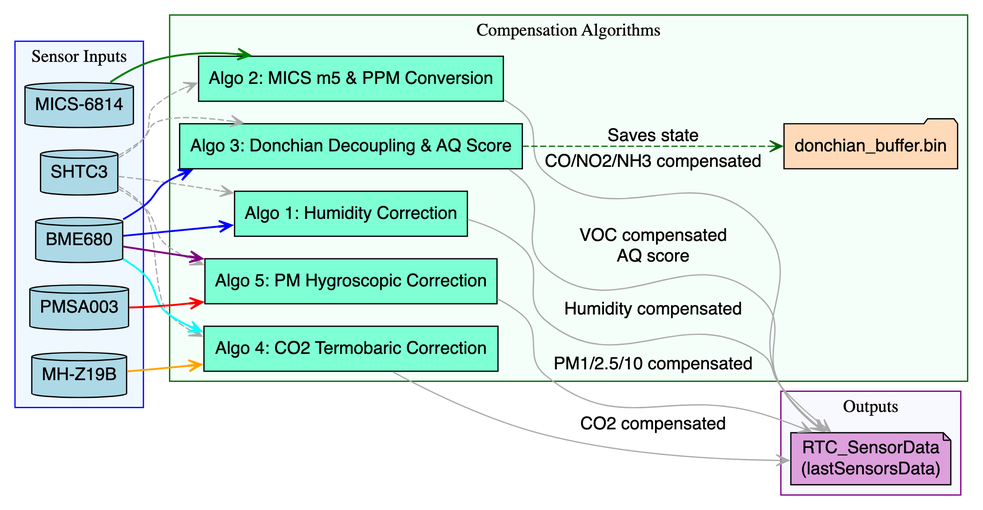
Earlier version of the Graphviz export docs/diagrams/cityairq_compensation_service.png (Pollution-tracking/EnvSensor-firmware). Its source is kept beside it as docs/diagrams/cityairq_compensation_service.dot. The source it was exported from:
```dot
digraph CompensationServicePipeline {
    rankdir=LR; // Left to Right layout for clear, readable columns
    node [shape=box, style=filled, fontname="Helvetica"];
    edge [fontname="Helvetica", arrowhead=vee];

    subgraph cluster_inputs {
        label = "Sensor Inputs";
        color=blue;
        style=filled;
        fillcolor="#F0F8FF"; // AliceBlue

        SHTC3 [label="SHTC3", shape=cylinder, fillcolor="lightblue"];
        BME680 [label="BME680", shape=cylinder, fillcolor="lightblue"];
        MICS6814 [label="MICS-6814", shape=cylinder, fillcolor="lightblue"];
        MHZ19B [label="MH-Z19B", shape=cylinder, fillcolor="lightblue"];
        PMSA003 [label="PMSA003", shape=cylinder, fillcolor="lightblue"];
    }

    subgraph cluster_algorithms {
        label = "Compensation Algorithms";
        color=darkgreen;
        style=filled;
        fillcolor="#F5FFFA"; // MintCream

        Algo1 [label="Algo 1: Humidity Correction", fillcolor="aquamarine"];
        Algo2 [label="Algo 2: MICS m5 & PPM Conversion", fillcolor="aquamarine"];
        Algo3 [label="Algo 3: Donchian Decoupling & AQ Score", fillcolor="aquamarine"];
        Algo4 [label="Algo 4: CO2 Termobaric Correction", fillcolor="aquamarine"];
        Algo5 [label="Algo 5: PM Hygroscopic Correction", fillcolor="aquamarine"];

        SDFile [label="donchian_buffer.bin", shape=folder, fillcolor="peachpuff"];
        Algo3 -> SDFile [label="Saves state", style=dashed, color="darkgreen"];
    }

    SHTC3 -> {Algo1, Algo2, Algo3, Algo4, Algo5} [color="darkgray", style=dashed];

    MICS6814 -> Algo2 [color="green", penwidth=1.5];

    MHZ19B -> Algo4 [color="orange", penwidth=1.5];

    PMSA003 -> Algo5 [color="red", penwidth=1.5];

    BME680 -> Algo1 [color="blue", penwidth=1.5];
    BME680 -> Algo3 [color="blue", penwidth=1.5];
    BME680 -> Algo4 [color="cyan", penwidth=1.5];
    BME680 -> Algo5 [color="purple", penwidth=1.5];

    subgraph cluster_outputs {
        label = "Outputs";
        color=purple;
        style=filled;
        fillcolor="#F8F8FF"; // GhostWhite

        RTC_Data [label="RTC_SensorData\n(lastSensorsData)", shape=note, fillcolor="plum"];
    }

    Algo1 -> RTC_Data [label="Humidity compensated", color="darkgray"];
    Algo2 -> RTC_Data [label="CO/NO2/NH3 compensated", color="darkgray"];
    Algo3 -> RTC_Data [label="VOC compensated\nAQ score", color="darkgray"];
    Algo4 -> RTC_Data [label="CO2 compensated", color="darkgray"];
    Algo5 -> RTC_Data [label="PM1/2.5/10 compensated", color="darkgray"];
}
```
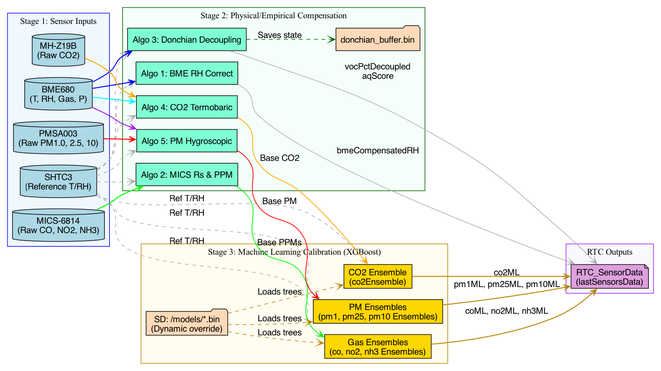
After the commit.

Commit message:
docs: update architecture/pipeline diagrams with Stage 3 ML calibration and add dedicated ML pipeline rendering

What changed in the source:
```diff
@@ -4,40 +4,53 @@
     edge [fontname="Helvetica", arrowhead=vee];
 
     subgraph cluster_inputs {
-        label = "Sensor Inputs";
+        label = "Stage 1: Sensor Inputs";
         color=blue;
         style=filled;
         fillcolor="#F0F8FF"; // AliceBlue
 
-        SHTC3 [label="SHTC3", shape=cylinder, fillcolor="lightblue"];
-        BME680 [label="BME680", shape=cylinder, fillcolor="lightblue"];
-        MICS6814 [label="MICS-6814", shape=cylinder, fillcolor="lightblue"];
-        MHZ19B [label="MH-Z19B", shape=cylinder, fillcolor="lightblue"];
-        PMSA003 [label="PMSA003", shape=cylinder, fillcolor="lightblue"];
+        SHTC3 [label="SHTC3\n(Reference T/RH)", shape=cylinder, fillcolor="lightblue"];
+        BME680 [label="BME680\n(T, RH, Gas, P)", shape=cylinder, fillcolor="lightblue"];
+        MICS6814 [label="MICS-6814\n(Raw CO, NO2, NH3)", shape=cylinder, fillcolor="lightblue"];
+        MHZ19B [label="MH-Z19B\n(Raw CO2)", shape=cylinder, fillcolor="lightblue"];
+        PMSA003 [label="PMSA003\n(Raw PM1.0, 2.5, 10)", shape=cylinder, fillcolor="lightblue"];
     }
 
     subgraph cluster_algorithms {
-        label = "Compensation Algorithms";
+        label = "Stage 2: Physical/Empirical Compensation";
         color=darkgreen;
         style=filled;
         fillcolor="#F5FFFA"; // MintCream
 
-        Algo1 [label="Algo 1: Humidity Correction", fillcolor="aquamarine"];
-        Algo2 [label="Algo 2: MICS m5 & PPM Conversion", fillcolor="aquamarine"];
-        Algo3 [label="Algo 3: Donchian Decoupling & AQ Score", fillcolor="aquamarine"];
-        Algo4 [label="Algo 4: CO2 Termobaric Correction", fillcolor="aquamarine"];
-        Algo5 [label="Algo 5: PM Hygroscopic Correction", fillcolor="aquamarine"];
+        Algo1 [label="Algo 1: BME RH Correct", fillcolor="aquamarine"];
+        Algo2 [label="Algo 2: MICS Rs & PPM", fillcolor="aquamarine"];
+        Algo3 [label="Algo 3: Donchian Decoupling", fillcolor="aquamarine"];
+        Algo4 [label="Algo 4: CO2 Termobaric", fillcolor="aquamarine"];
+        Algo5 [label="Algo 5: PM Hygroscopic", fillcolor="aquamarine"];
 
         SDFile [label="donchian_buffer.bin", shape=folder, fillcolor="peachpuff"];
         Algo3 -> SDFile [label="Saves state", style=dashed, color="darkgreen"];
     }
 
+    subgraph cluster_ml_tuning {
+        label = "Stage 3: Machine Learning Calibration (XGBoost)";
+        color=darkgoldenrod;
+        style=filled;
+        fillcolor="#FFFDF0"; // Light yellow-gold
+
+        pmEnsembles [label="PM Ensembles\n(pm1, pm25, pm10 Ensembles)", fillcolor="gold"];
+        gasEnsembles [label="Gas Ensembles\n(co, no2, nh3 Ensembles)", fillcolor="gold"];
+        co2Ensemble [label="CO2 Ensemble\n(co2Ensemble)", fillcolor="gold"];
+
+        SDModels [label="SD: /models/*.bin\n(Dynamic override)", shape=folder, fillcolor="peachpuff"];
+        SDModels -> {pmEnsembles, gasEnsembles, co2Ensemble} [label="Loads trees", style=dashed, color="darkgoldenrod"];
+    }
+
     SHTC3 -> {Algo1, Algo2, Algo3, Algo4, Algo5} [color="darkgray", style=dashed];
+    SHTC3 -> {pmEnsembles, gasEnsembles, co2Ensemble} [color="darkgray", style=dashed, label="Ref T/RH"];
 
     MICS6814 -> Algo2 [color="green", penwidth=1.5];
-
     MHZ19B -> Algo4 [color="orange", penwidth=1.5];
-
     PMSA003 -> Algo5 [color="red", penwidth=1.5];
 
     BME680 -> Algo1 [color="blue", penwidth=1.5];
@@ -45,8 +58,12 @@
     BME680 -> Algo4 [color="cyan", penwidth=1.5];
     BME680 -> Algo5 [color="purple", penwidth=1.5];
 
+    Algo5 -> pmEnsembles [color="red", penwidth=1.2, label="Base PM"];
+    Algo2 -> gasEnsembles [color="green", penwidth=1.2, label="Base PPMs"];
+    Algo4 -> co2Ensemble [color="orange", penwidth=1.2, label="Base CO2"];
+
     subgraph cluster_outputs {
-        label = "Outputs";
+        label = "RTC Outputs";
         color=purple;
         style=filled;
         fillcolor="#F8F8FF"; // GhostWhite
@@ -54,9 +71,10 @@
         RTC_Data [label="RTC_SensorData\n(lastSensorsData)", shape=note, fillcolor="plum"];
     }
 
-    Algo1 -> RTC_Data [label="Humidity compensated", color="darkgray"];
-    Algo2 -> RTC_Data [label="CO/NO2/NH3 compensated", color="darkgray"];
-    Algo3 -> RTC_Data [label="VOC compensated\nAQ score", color="darkgray"];
-    Algo4 -> RTC_Data [label="CO2 compensated", color="darkgray"];
-    Algo5 -> RTC_Data [label="PM1/2.5/10 compensated", color="darkgray"];
+    Algo1 -> RTC_Data [label="bmeCompensatedRH", color="darkgray"];
+    Algo3 -> RTC_Data [label="vocPctDecoupled\naqScore", color="darkgray"];
+
+    pmEnsembles -> RTC_Data [label="pm1ML, pm25ML, pm10ML", color="darkgoldenrod", penwidth=1.5];
+    gasEnsembles -> RTC_Data [label="coML, no2ML, nh3ML", color="darkgoldenrod", penwidth=1.5];
+    co2Ensemble -> RTC_Data [label="co2ML", color="darkgoldenrod", penwidth=1.5];
 }
```
